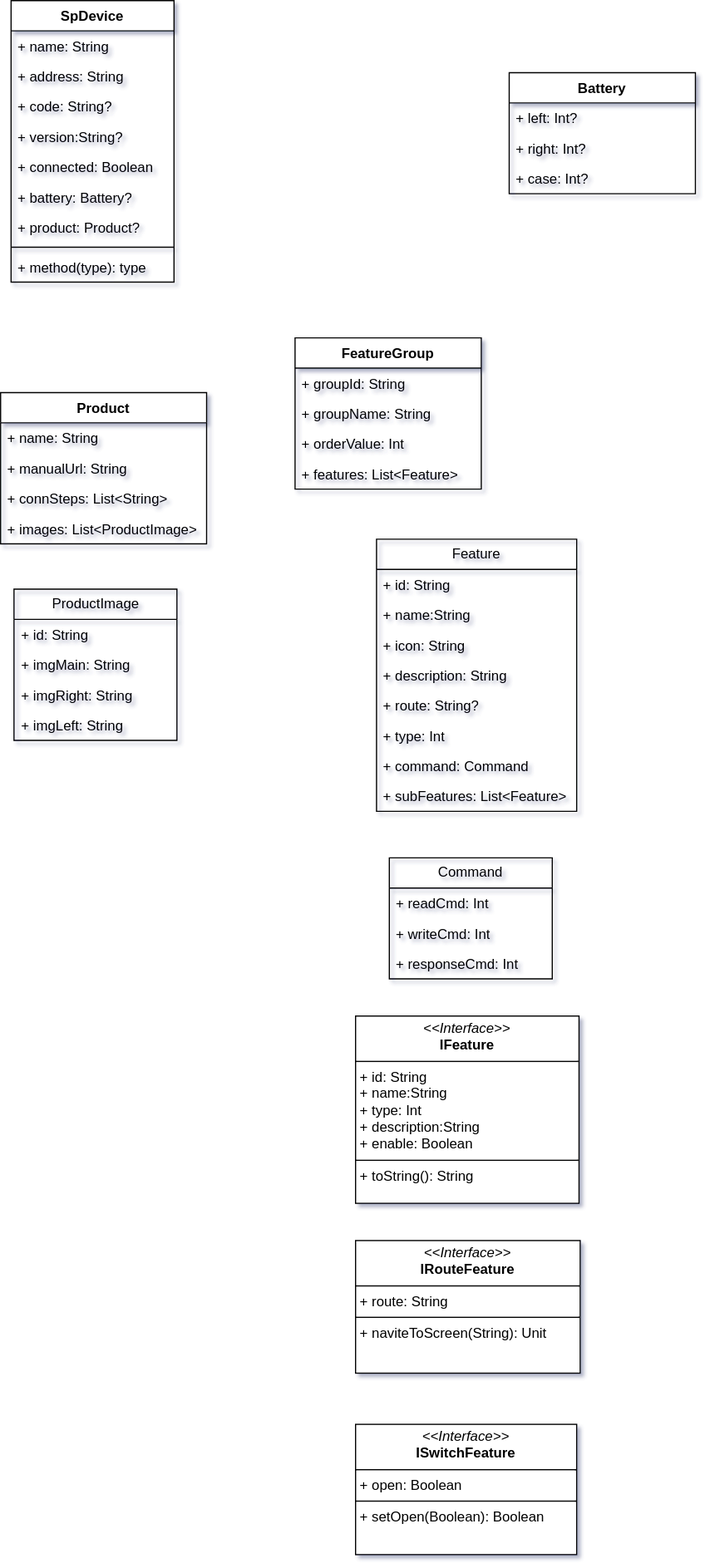
Before: 未命名绘图.drawio.svg, a diagram exported from draw.io (kekemao00/draw-libs). Source tidied: cells renumbered, new cells last; positions are measured from the earlier drawing's top-left corner, leaving out a move shared by most shapes. Its diagram source:
```xml
<mxGraphModel shadow="1">
  <root>
    <mxCell id="0" />
    <mxCell id="1" parent="0" />
    <mxCell id="2" value="SpDevice" style="swimlane;fontStyle=1;align=center;verticalAlign=top;horizontal=1;startSize=26;whiteSpace=wrap;html=1;labelBackgroundColor=none;rounded=0;" parent="1" vertex="1">
      <mxGeometry x="9" width="140" height="242" as="geometry" />
    </mxCell>
    <mxCell id="3" value="+ name: String" style="text;strokeColor=none;fillColor=none;align=left;verticalAlign=top;spacingLeft=4;spacingRight=4;overflow=hidden;whiteSpace=wrap;html=1;labelBackgroundColor=none;rounded=0;" parent="2" vertex="1">
      <mxGeometry y="26" width="140" height="26" as="geometry" />
    </mxCell>
    <mxCell id="4" value="+ address: String" style="text;strokeColor=none;fillColor=none;align=left;verticalAlign=top;spacingLeft=4;spacingRight=4;overflow=hidden;whiteSpace=wrap;html=1;labelBackgroundColor=none;rounded=0;" parent="2" vertex="1">
      <mxGeometry y="52" width="140" height="26" as="geometry" />
    </mxCell>
    <mxCell id="5" value="+ code: String?" style="text;strokeColor=none;fillColor=none;align=left;verticalAlign=top;spacingLeft=4;spacingRight=4;overflow=hidden;whiteSpace=wrap;html=1;labelBackgroundColor=none;rounded=0;" parent="2" vertex="1">
      <mxGeometry y="78" width="140" height="26" as="geometry" />
    </mxCell>
    <mxCell id="6" value="+ version:String?" style="text;strokeColor=none;fillColor=none;align=left;verticalAlign=top;spacingLeft=4;spacingRight=4;overflow=hidden;whiteSpace=wrap;html=1;labelBackgroundColor=none;rounded=0;" parent="2" vertex="1">
      <mxGeometry y="104" width="140" height="26" as="geometry" />
    </mxCell>
    <mxCell id="7" value="+ connected: Boolean" style="text;strokeColor=none;fillColor=none;align=left;verticalAlign=top;spacingLeft=4;spacingRight=4;overflow=hidden;whiteSpace=wrap;html=1;labelBackgroundColor=none;rounded=0;" parent="2" vertex="1">
      <mxGeometry y="130" width="140" height="26" as="geometry" />
    </mxCell>
    <mxCell id="8" value="+ battery: Battery?&lt;div&gt;&lt;br&gt;&lt;/div&gt;" style="text;strokeColor=none;fillColor=none;align=left;verticalAlign=top;spacingLeft=4;spacingRight=4;overflow=hidden;whiteSpace=wrap;html=1;labelBackgroundColor=none;rounded=0;" parent="2" vertex="1">
      <mxGeometry y="156" width="140" height="26" as="geometry" />
    </mxCell>
    <mxCell id="9" value="+ product: Product?" style="text;strokeColor=none;fillColor=none;align=left;verticalAlign=top;spacingLeft=4;spacingRight=4;overflow=hidden;whiteSpace=wrap;html=1;labelBackgroundColor=none;rounded=0;" parent="2" vertex="1">
      <mxGeometry y="182" width="140" height="26" as="geometry" />
    </mxCell>
    <mxCell id="10" style="line;strokeWidth=1;fillColor=none;align=left;verticalAlign=middle;spacingTop=-1;spacingLeft=3;spacingRight=3;labelPosition=right;labelBackgroundColor=none;rounded=0;" parent="2" vertex="1">
      <mxGeometry y="208" width="140" height="8" as="geometry" />
    </mxCell>
    <mxCell id="11" value="+ method(type): type" style="text;strokeColor=none;fillColor=none;align=left;verticalAlign=top;spacingLeft=4;spacingRight=4;overflow=hidden;whiteSpace=wrap;html=1;labelBackgroundColor=none;rounded=0;" parent="2" vertex="1">
      <mxGeometry y="216" width="140" height="26" as="geometry" />
    </mxCell>
    <mxCell id="12" value="Battery" style="swimlane;fontStyle=1;align=center;verticalAlign=top;horizontal=1;startSize=26;whiteSpace=wrap;html=1;labelBackgroundColor=none;rounded=0;" parent="1" vertex="1">
      <mxGeometry x="437" y="62" width="160" height="104" as="geometry" />
    </mxCell>
    <mxCell id="13" value="+&amp;nbsp;left: Int?" style="text;strokeColor=none;fillColor=none;align=left;verticalAlign=top;spacingLeft=4;spacingRight=4;overflow=hidden;whiteSpace=wrap;html=1;labelBackgroundColor=none;rounded=0;" parent="12" vertex="1">
      <mxGeometry y="26" width="160" height="26" as="geometry" />
    </mxCell>
    <mxCell id="14" value="+ right&lt;span style=&quot;background-color: transparent; color: light-dark(rgb(0, 0, 0), rgb(255, 255, 255));&quot;&gt;: Int?&lt;/span&gt;" style="text;strokeColor=none;fillColor=none;align=left;verticalAlign=top;spacingLeft=4;spacingRight=4;overflow=hidden;whiteSpace=wrap;html=1;labelBackgroundColor=none;rounded=0;" parent="12" vertex="1">
      <mxGeometry y="52" width="160" height="26" as="geometry" />
    </mxCell>
    <mxCell id="15" value="+ case: Int?" style="text;strokeColor=none;fillColor=none;align=left;verticalAlign=top;spacingLeft=4;spacingRight=4;overflow=hidden;whiteSpace=wrap;html=1;labelBackgroundColor=none;rounded=0;" parent="12" vertex="1">
      <mxGeometry y="78" width="160" height="26" as="geometry" />
    </mxCell>
    <mxCell id="16" value="Product" style="swimlane;fontStyle=1;align=center;verticalAlign=top;horizontal=1;startSize=26;whiteSpace=wrap;html=1;labelBackgroundColor=none;rounded=0;" parent="1" vertex="1">
      <mxGeometry y="337" width="177" height="130" as="geometry" />
    </mxCell>
    <mxCell id="17" value="+ name: String" style="text;strokeColor=none;fillColor=none;align=left;verticalAlign=top;spacingLeft=4;spacingRight=4;overflow=hidden;whiteSpace=wrap;html=1;labelBackgroundColor=none;rounded=0;" parent="16" vertex="1">
      <mxGeometry y="26" width="177" height="26" as="geometry" />
    </mxCell>
    <mxCell id="18" value="+ manualUrl: String" style="text;strokeColor=none;fillColor=none;align=left;verticalAlign=top;spacingLeft=4;spacingRight=4;overflow=hidden;whiteSpace=wrap;html=1;" parent="16" vertex="1">
      <mxGeometry y="52" width="177" height="26" as="geometry" />
    </mxCell>
    <mxCell id="19" value="+ connSteps: List&amp;lt;String&amp;gt;" style="text;strokeColor=none;fillColor=none;align=left;verticalAlign=top;spacingLeft=4;spacingRight=4;overflow=hidden;whiteSpace=wrap;html=1;" parent="16" vertex="1">
      <mxGeometry y="78" width="177" height="26" as="geometry" />
    </mxCell>
    <mxCell id="20" value="+ images: List&amp;lt;ProductImage&amp;gt;" style="text;strokeColor=none;fillColor=none;align=left;verticalAlign=top;spacingLeft=4;spacingRight=4;overflow=hidden;whiteSpace=wrap;html=1;" parent="16" vertex="1">
      <mxGeometry y="104" width="177" height="26" as="geometry" />
    </mxCell>
    <mxCell id="21" value="ProductImage" style="swimlane;fontStyle=0;horizontal=1;startSize=26;fillColor=none;whiteSpace=wrap;html=1;" parent="1" vertex="1">
      <mxGeometry x="11.5" y="506" width="140" height="130" as="geometry" />
    </mxCell>
    <mxCell id="22" value="+ id: String" style="text;strokeColor=none;fillColor=none;align=left;verticalAlign=top;spacingLeft=4;spacingRight=4;overflow=hidden;whiteSpace=wrap;html=1;" parent="21" vertex="1">
      <mxGeometry y="26" width="140" height="26" as="geometry" />
    </mxCell>
    <mxCell id="23" value="+ imgMain: String" style="text;strokeColor=none;fillColor=none;align=left;verticalAlign=top;spacingLeft=4;spacingRight=4;overflow=hidden;whiteSpace=wrap;html=1;labelBackgroundColor=none;rounded=0;" parent="21" vertex="1">
      <mxGeometry y="52" width="140" height="26" as="geometry" />
    </mxCell>
    <mxCell id="24" value="+ imgRight: String" style="text;strokeColor=none;fillColor=none;align=left;verticalAlign=top;spacingLeft=4;spacingRight=4;overflow=hidden;whiteSpace=wrap;html=1;labelBackgroundColor=none;rounded=0;" parent="21" vertex="1">
      <mxGeometry y="78" width="140" height="26" as="geometry" />
    </mxCell>
    <mxCell id="25" value="+ img&lt;span style=&quot;background-color: transparent; color: light-dark(rgb(0, 0, 0), rgb(255, 255, 255));&quot;&gt;Left: String&lt;/span&gt;" style="text;strokeColor=none;fillColor=none;align=left;verticalAlign=top;spacingLeft=4;spacingRight=4;overflow=hidden;whiteSpace=wrap;html=1;labelBackgroundColor=none;rounded=0;" parent="21" vertex="1">
      <mxGeometry y="104" width="140" height="26" as="geometry" />
    </mxCell>
    <mxCell id="26" value="FeatureGroup" style="swimlane;fontStyle=1;align=center;verticalAlign=top;horizontal=1;startSize=26;whiteSpace=wrap;html=1;" parent="1" vertex="1">
      <mxGeometry x="253" y="290" width="160" height="130" as="geometry" />
    </mxCell>
    <mxCell id="27" value="+ groupId: String" style="text;strokeColor=none;fillColor=none;align=left;verticalAlign=top;spacingLeft=4;spacingRight=4;overflow=hidden;whiteSpace=wrap;html=1;" parent="26" vertex="1">
      <mxGeometry y="26" width="160" height="26" as="geometry" />
    </mxCell>
    <mxCell id="28" value="+ groupName: String" style="text;strokeColor=none;fillColor=none;align=left;verticalAlign=top;spacingLeft=4;spacingRight=4;overflow=hidden;whiteSpace=wrap;html=1;" parent="26" vertex="1">
      <mxGeometry y="52" width="160" height="26" as="geometry" />
    </mxCell>
    <mxCell id="29" value="+ orderValue: Int" style="text;strokeColor=none;fillColor=none;align=left;verticalAlign=top;spacingLeft=4;spacingRight=4;overflow=hidden;whiteSpace=wrap;html=1;" parent="26" vertex="1">
      <mxGeometry y="78" width="160" height="26" as="geometry" />
    </mxCell>
    <mxCell id="30" value="+ features: List&amp;lt;Feature&amp;gt;" style="text;strokeColor=none;fillColor=none;align=left;verticalAlign=top;spacingLeft=4;spacingRight=4;overflow=hidden;whiteSpace=wrap;html=1;" parent="26" vertex="1">
      <mxGeometry y="104" width="160" height="26" as="geometry" />
    </mxCell>
    <mxCell id="31" value="Feature" style="swimlane;fontStyle=0;horizontal=1;startSize=26;fillColor=none;whiteSpace=wrap;html=1;" parent="1" vertex="1">
      <mxGeometry x="323" y="463" width="172" height="234" as="geometry" />
    </mxCell>
    <mxCell id="32" value="+ id: String" style="text;strokeColor=none;fillColor=none;align=left;verticalAlign=top;spacingLeft=4;spacingRight=4;overflow=hidden;whiteSpace=wrap;html=1;" parent="31" vertex="1">
      <mxGeometry y="26" width="172" height="26" as="geometry" />
    </mxCell>
    <mxCell id="33" value="+ name:String&amp;nbsp;" style="text;strokeColor=none;fillColor=none;align=left;verticalAlign=top;spacingLeft=4;spacingRight=4;overflow=hidden;whiteSpace=wrap;html=1;" parent="31" vertex="1">
      <mxGeometry y="52" width="172" height="26" as="geometry" />
    </mxCell>
    <mxCell id="34" value="+ icon: String" style="text;strokeColor=none;fillColor=none;align=left;verticalAlign=top;spacingLeft=4;spacingRight=4;overflow=hidden;whiteSpace=wrap;html=1;" parent="31" vertex="1">
      <mxGeometry y="78" width="172" height="26" as="geometry" />
    </mxCell>
    <mxCell id="35" value="+ description: String" style="text;strokeColor=none;fillColor=none;align=left;verticalAlign=top;spacingLeft=4;spacingRight=4;overflow=hidden;whiteSpace=wrap;html=1;" parent="31" vertex="1">
      <mxGeometry y="104" width="172" height="26" as="geometry" />
    </mxCell>
    <mxCell id="36" value="+ route: String?" style="text;strokeColor=none;fillColor=none;align=left;verticalAlign=top;spacingLeft=4;spacingRight=4;overflow=hidden;whiteSpace=wrap;html=1;" parent="31" vertex="1">
      <mxGeometry y="130" width="172" height="26" as="geometry" />
    </mxCell>
    <mxCell id="37" value="+ type: Int" style="text;strokeColor=none;fillColor=none;align=left;verticalAlign=top;spacingLeft=4;spacingRight=4;overflow=hidden;whiteSpace=wrap;html=1;" parent="31" vertex="1">
      <mxGeometry y="156" width="172" height="26" as="geometry" />
    </mxCell>
    <mxCell id="38" value="+ command: Command" style="text;strokeColor=none;fillColor=none;align=left;verticalAlign=top;spacingLeft=4;spacingRight=4;overflow=hidden;whiteSpace=wrap;html=1;" parent="31" vertex="1">
      <mxGeometry y="182" width="172" height="26" as="geometry" />
    </mxCell>
    <mxCell id="39" value="+ subFeatures: List&amp;lt;Feature&amp;gt;" style="text;strokeColor=none;fillColor=none;align=left;verticalAlign=top;spacingLeft=4;spacingRight=4;overflow=hidden;whiteSpace=wrap;html=1;" parent="31" vertex="1">
      <mxGeometry y="208" width="172" height="26" as="geometry" />
    </mxCell>
    <mxCell id="40" value="Command" style="swimlane;fontStyle=0;horizontal=1;startSize=26;fillColor=none;whiteSpace=wrap;html=1;" parent="1" vertex="1">
      <mxGeometry x="334" y="737" width="140" height="104" as="geometry" />
    </mxCell>
    <mxCell id="41" value="+ readCmd: Int" style="text;strokeColor=none;fillColor=none;align=left;verticalAlign=top;spacingLeft=4;spacingRight=4;overflow=hidden;whiteSpace=wrap;html=1;" parent="40" vertex="1">
      <mxGeometry y="26" width="140" height="26" as="geometry" />
    </mxCell>
    <mxCell id="42" value="+ writeCmd: Int" style="text;strokeColor=none;fillColor=none;align=left;verticalAlign=top;spacingLeft=4;spacingRight=4;overflow=hidden;whiteSpace=wrap;html=1;" parent="40" vertex="1">
      <mxGeometry y="52" width="140" height="26" as="geometry" />
    </mxCell>
    <mxCell id="43" value="+ responseCmd: Int" style="text;strokeColor=none;fillColor=none;align=left;verticalAlign=top;spacingLeft=4;spacingRight=4;overflow=hidden;whiteSpace=wrap;html=1;" parent="40" vertex="1">
      <mxGeometry y="78" width="140" height="26" as="geometry" />
    </mxCell>
    <mxCell id="44" value="&lt;p style=&quot;margin:0px;margin-top:4px;text-align:center;&quot;&gt;&lt;i&gt;&amp;lt;&amp;lt;Interface&amp;gt;&amp;gt;&lt;/i&gt;&lt;br&gt;&lt;b&gt;IFeature&lt;/b&gt;&lt;/p&gt;&lt;hr size=&quot;1&quot; style=&quot;border-style:solid;&quot;&gt;&lt;p style=&quot;margin:0px;margin-left:4px;&quot;&gt;+ id: String&lt;br&gt;+ name:String&lt;br&gt;+ type: Int&lt;br&gt;+ description:String&lt;br&gt;+&amp;nbsp;enable: Boolean&lt;/p&gt;&lt;hr size=&quot;1&quot; style=&quot;border-style:solid;&quot;&gt;&lt;p style=&quot;margin:0px;margin-left:4px;&quot;&gt;+ toString(): String&lt;br&gt;&lt;/p&gt;" style="verticalAlign=top;align=left;overflow=fill;html=1;whiteSpace=wrap;" parent="1" vertex="1">
      <mxGeometry x="305" y="873" width="192" height="161" as="geometry" />
    </mxCell>
    <mxCell id="45" value="&lt;p style=&quot;margin:0px;margin-top:4px;text-align:center;&quot;&gt;&lt;i&gt;&amp;lt;&amp;lt;Interface&amp;gt;&amp;gt;&lt;/i&gt;&lt;br&gt;&lt;b&gt;ISwitchFeature&lt;/b&gt;&lt;/p&gt;&lt;hr size=&quot;1&quot; style=&quot;border-style:solid;&quot;&gt;&lt;p style=&quot;margin:0px;margin-left:4px;&quot;&gt;+ open: Boolean&lt;br&gt;&lt;/p&gt;&lt;hr size=&quot;1&quot; style=&quot;border-style:solid;&quot;&gt;&lt;p style=&quot;margin:0px;margin-left:4px;&quot;&gt;+ setOpen(Boolean): Boolean&lt;/p&gt;" style="verticalAlign=top;align=left;overflow=fill;html=1;whiteSpace=wrap;" parent="1" vertex="1">
      <mxGeometry x="305" y="1224" width="190" height="112" as="geometry" />
    </mxCell>
    <mxCell id="46" value="&lt;p style=&quot;margin:0px;margin-top:4px;text-align:center;&quot;&gt;&lt;i&gt;&amp;lt;&amp;lt;Interface&amp;gt;&amp;gt;&lt;/i&gt;&lt;br&gt;&lt;b&gt;IRouteFeature&lt;/b&gt;&lt;/p&gt;&lt;hr size=&quot;1&quot; style=&quot;border-style:solid;&quot;&gt;&lt;p style=&quot;margin:0px;margin-left:4px;&quot;&gt;+ route: String&lt;/p&gt;&lt;hr size=&quot;1&quot; style=&quot;border-style:solid;&quot;&gt;&lt;p style=&quot;margin:0px;margin-left:4px;&quot;&gt;+ naviteToScreen(String): Unit&lt;br&gt;&lt;/p&gt;" style="verticalAlign=top;align=left;overflow=fill;html=1;whiteSpace=wrap;" parent="1" vertex="1">
      <mxGeometry x="305" y="1066" width="193" height="114" as="geometry" />
    </mxCell>
  </root>
</mxGraphModel>
```
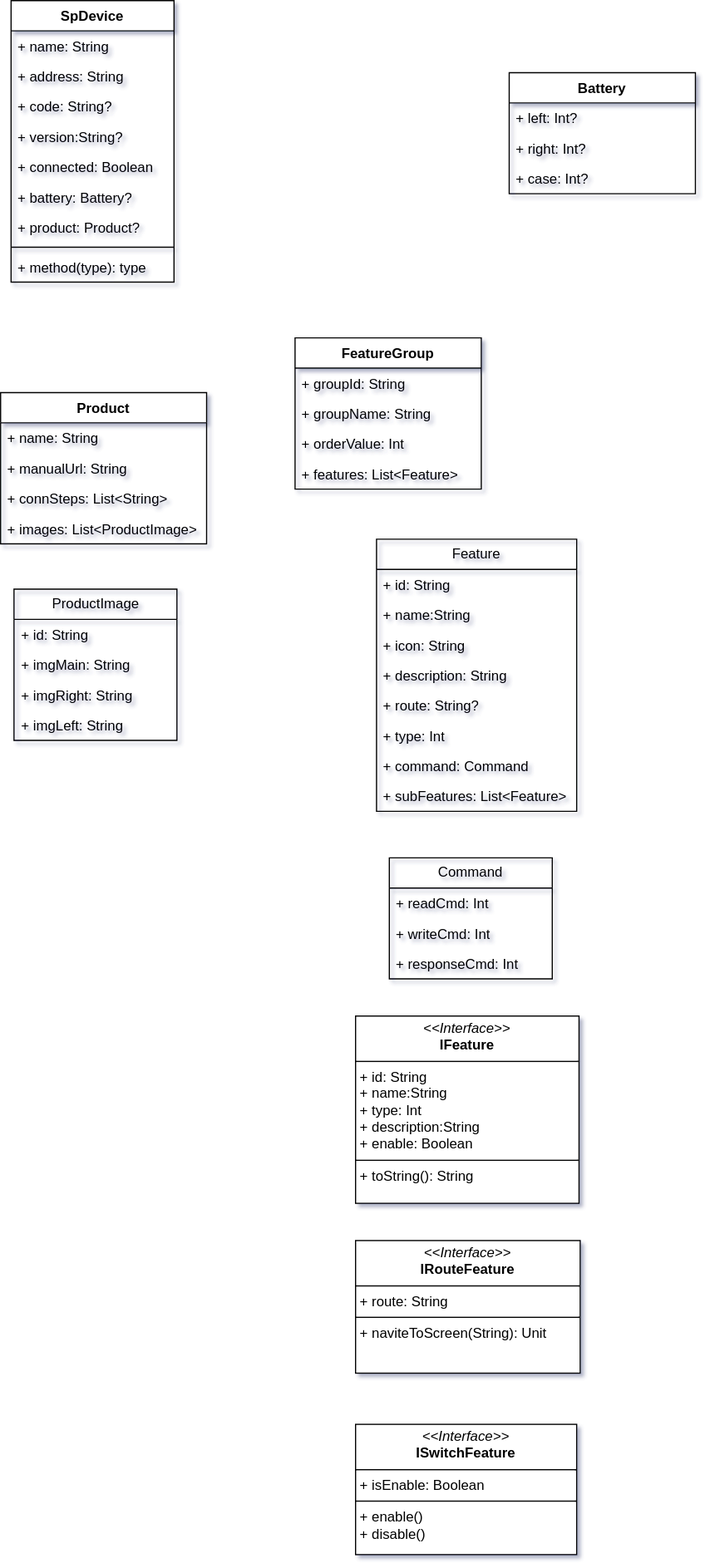
The same diagram one commit later.

Commit message:
更新未命名绘图.drawio.svg

What changed in the source:
```diff
@@ -131,7 +131,7 @@
     <mxCell id="44" value="&lt;p style=&quot;margin:0px;margin-top:4px;text-align:center;&quot;&gt;&lt;i&gt;&amp;lt;&amp;lt;Interface&amp;gt;&amp;gt;&lt;/i&gt;&lt;br&gt;&lt;b&gt;IFeature&lt;/b&gt;&lt;/p&gt;&lt;hr size=&quot;1&quot; style=&quot;border-style:solid;&quot;&gt;&lt;p style=&quot;margin:0px;margin-left:4px;&quot;&gt;+ id: String&lt;br&gt;+ name:String&lt;br&gt;+ type: Int&lt;br&gt;+ description:String&lt;br&gt;+&amp;nbsp;enable: Boolean&lt;/p&gt;&lt;hr size=&quot;1&quot; style=&quot;border-style:solid;&quot;&gt;&lt;p style=&quot;margin:0px;margin-left:4px;&quot;&gt;+ toString(): String&lt;br&gt;&lt;/p&gt;" style="verticalAlign=top;align=left;overflow=fill;html=1;whiteSpace=wrap;" parent="1" vertex="1">
       <mxGeometry x="305" y="873" width="192" height="161" as="geometry" />
     </mxCell>
-    <mxCell id="45" value="&lt;p style=&quot;margin:0px;margin-top:4px;text-align:center;&quot;&gt;&lt;i&gt;&amp;lt;&amp;lt;Interface&amp;gt;&amp;gt;&lt;/i&gt;&lt;br&gt;&lt;b&gt;ISwitchFeature&lt;/b&gt;&lt;/p&gt;&lt;hr size=&quot;1&quot; style=&quot;border-style:solid;&quot;&gt;&lt;p style=&quot;margin:0px;margin-left:4px;&quot;&gt;+ open: Boolean&lt;br&gt;&lt;/p&gt;&lt;hr size=&quot;1&quot; style=&quot;border-style:solid;&quot;&gt;&lt;p style=&quot;margin:0px;margin-left:4px;&quot;&gt;+ setOpen(Boolean): Boolean&lt;/p&gt;" style="verticalAlign=top;align=left;overflow=fill;html=1;whiteSpace=wrap;" parent="1" vertex="1">
+    <mxCell id="45" value="&lt;p style=&quot;margin:0px;margin-top:4px;text-align:center;&quot;&gt;&lt;i&gt;&amp;lt;&amp;lt;Interface&amp;gt;&amp;gt;&lt;/i&gt;&lt;br&gt;&lt;b&gt;ISwitchFeature&lt;/b&gt;&lt;/p&gt;&lt;hr size=&quot;1&quot; style=&quot;border-style:solid;&quot;&gt;&lt;p style=&quot;margin:0px;margin-left:4px;&quot;&gt;+ isEnable: Boolean&lt;br&gt;&lt;/p&gt;&lt;hr size=&quot;1&quot; style=&quot;border-style:solid;&quot;&gt;&lt;p style=&quot;margin:0px;margin-left:4px;&quot;&gt;+ enable()&lt;br&gt;+ disable()&lt;/p&gt;" style="verticalAlign=top;align=left;overflow=fill;html=1;whiteSpace=wrap;" parent="1" vertex="1">
       <mxGeometry x="305" y="1224" width="190" height="112" as="geometry" />
     </mxCell>
     <mxCell id="46" value="&lt;p style=&quot;margin:0px;margin-top:4px;text-align:center;&quot;&gt;&lt;i&gt;&amp;lt;&amp;lt;Interface&amp;gt;&amp;gt;&lt;/i&gt;&lt;br&gt;&lt;b&gt;IRouteFeature&lt;/b&gt;&lt;/p&gt;&lt;hr size=&quot;1&quot; style=&quot;border-style:solid;&quot;&gt;&lt;p style=&quot;margin:0px;margin-left:4px;&quot;&gt;+ route: String&lt;/p&gt;&lt;hr size=&quot;1&quot; style=&quot;border-style:solid;&quot;&gt;&lt;p style=&quot;margin:0px;margin-left:4px;&quot;&gt;+ naviteToScreen(String): Unit&lt;br&gt;&lt;/p&gt;" style="verticalAlign=top;align=left;overflow=fill;html=1;whiteSpace=wrap;" parent="1" vertex="1">
```
